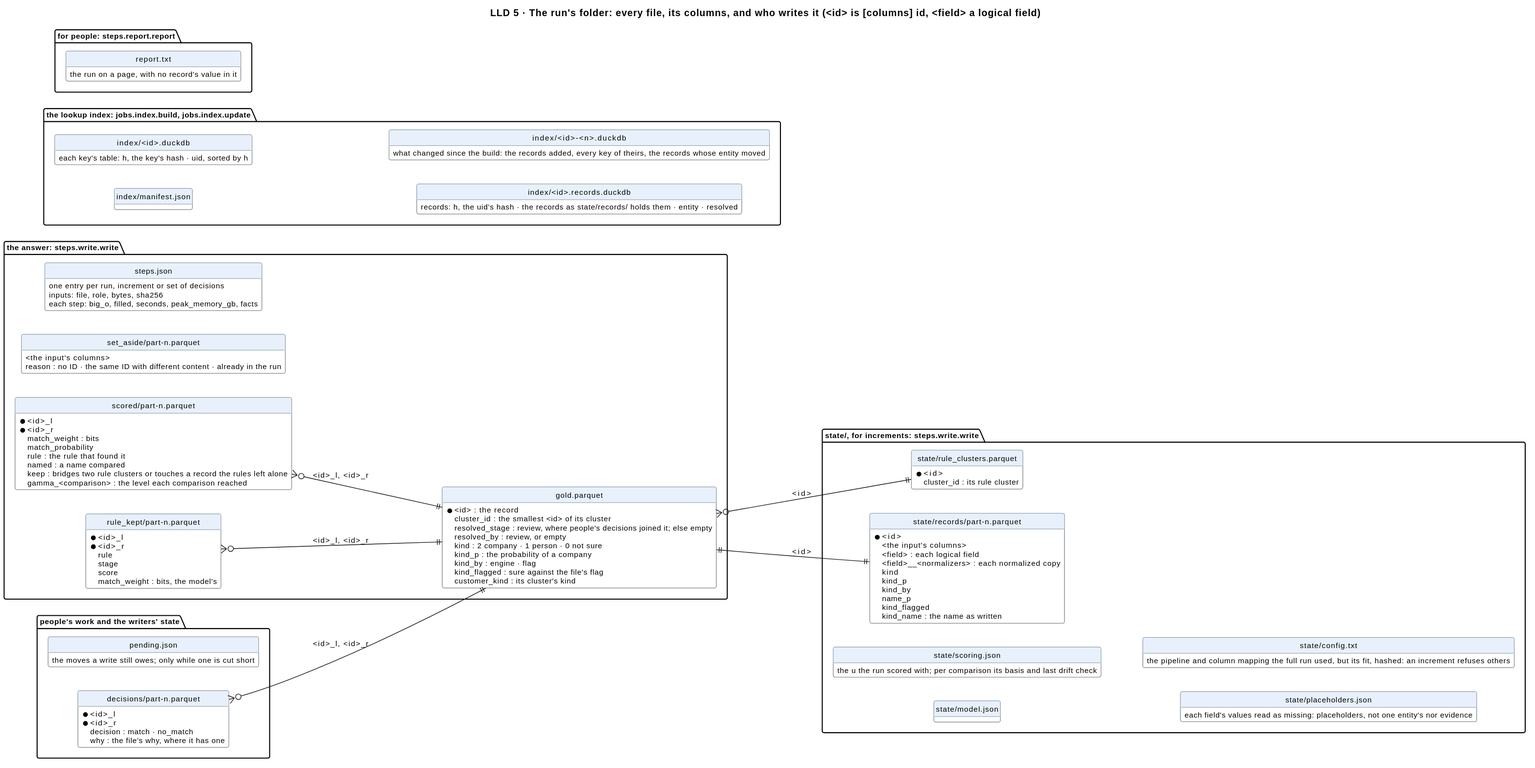
Earlier version of the PlantUML export docs/diagrams/data.svg (mvsbm/entity_matching).
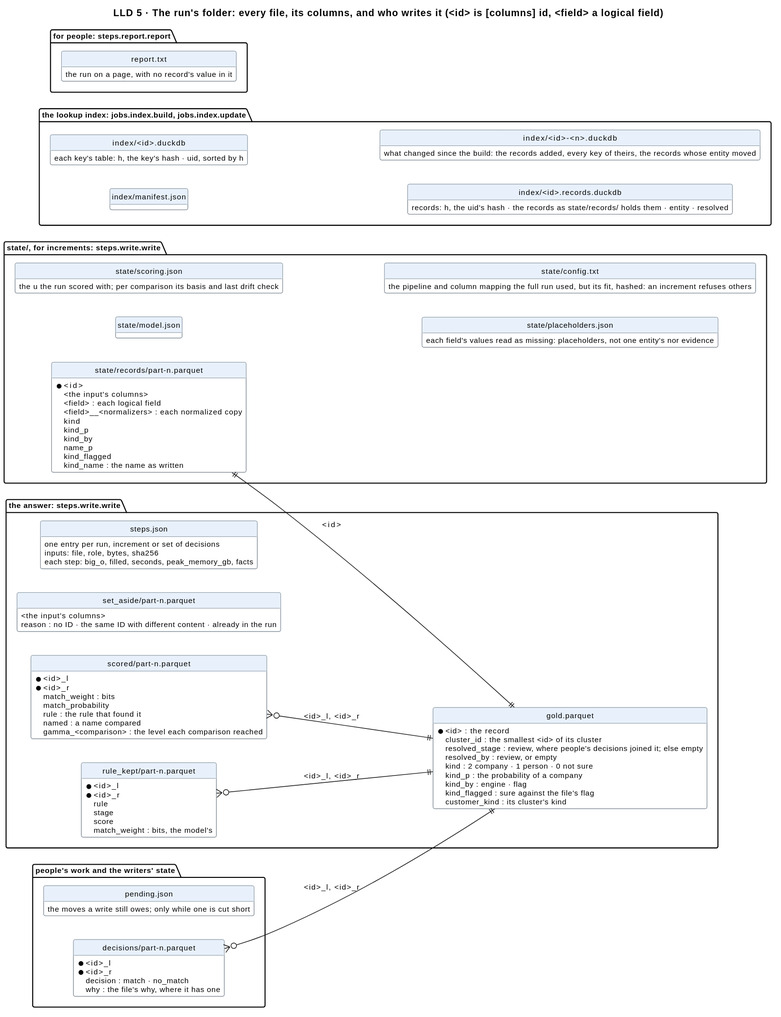
After the change.

The edit, as a diff of the source:
```diff
@@ -39,7 +39,6 @@
     sources : the generators that found the pair (none: a rule alone)
     rule : the rule that found it
     named : a name compared
-    keep : bridges two rule clusters or touches a record the rules left alone
     gamma_<comparison> : the level each comparison reached
   }
   entity "set_aside/part-n.parquet" as set_aside {
@@ -65,10 +64,6 @@
     name_p
     kind_flagged
     kind_name : the name as written
-  }
-  entity "state/rule_clusters.parquet" as rule_clusters {
-    * <id>
-    cluster_id : its rule cluster
   }
   entity "state/model.json" as model {
     the model: λ, m and u per level (in Splink 5.0's model format), the fit's facts
@@ -117,7 +112,6 @@
   }
 }
 
-gold }o--|| rule_clusters : <id>
 rule_kept }o--|| gold : <id>_l, <id>_r
 scored }o--|| gold : <id>_l, <id>_r
 records ||--|| gold : <id>
```
